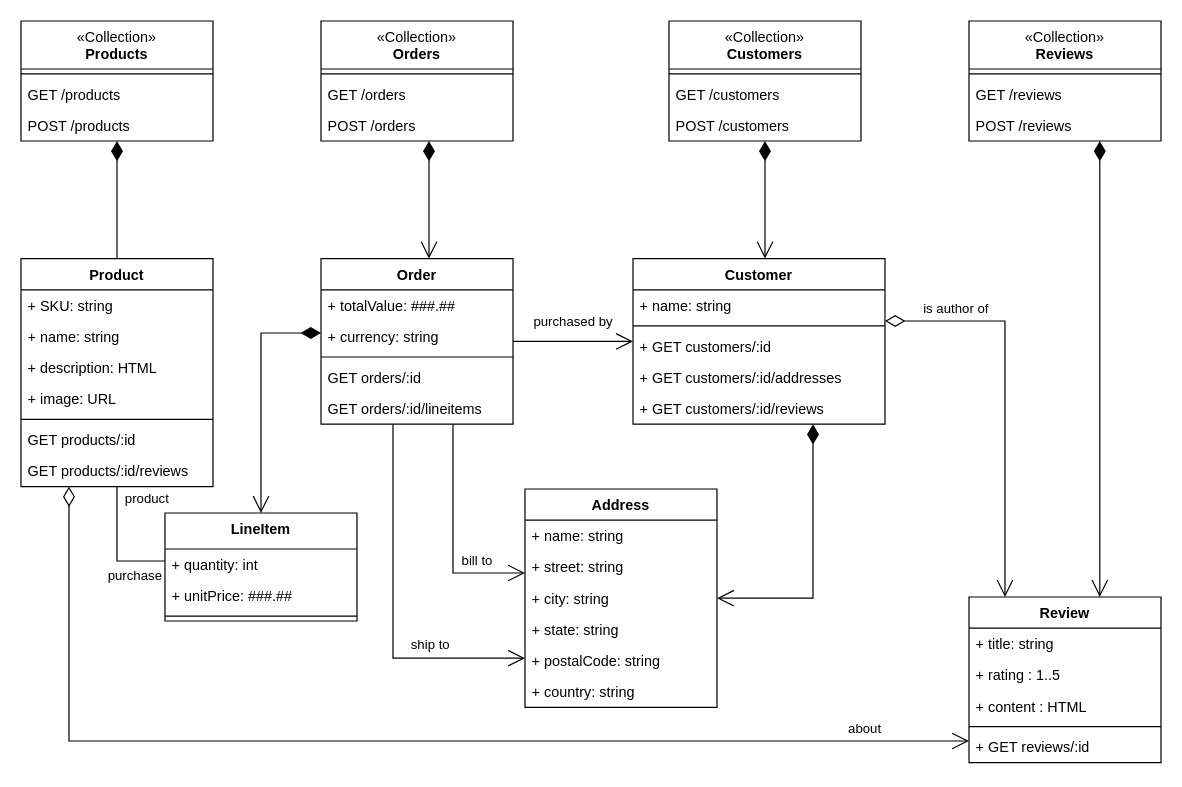
Above: Untitled Diagram.drawio in kubiak-calpoly/csc307-team-project (draw.io), before the change. Source tidied: cells renumbered, new cells numbered last; positions are measured from the earlier drawing's top-left corner, leaving out a move shared by most shapes. Both pictures are drawn from the tidied source at 120%, with x=0, y=0 at pixel (20, 20).
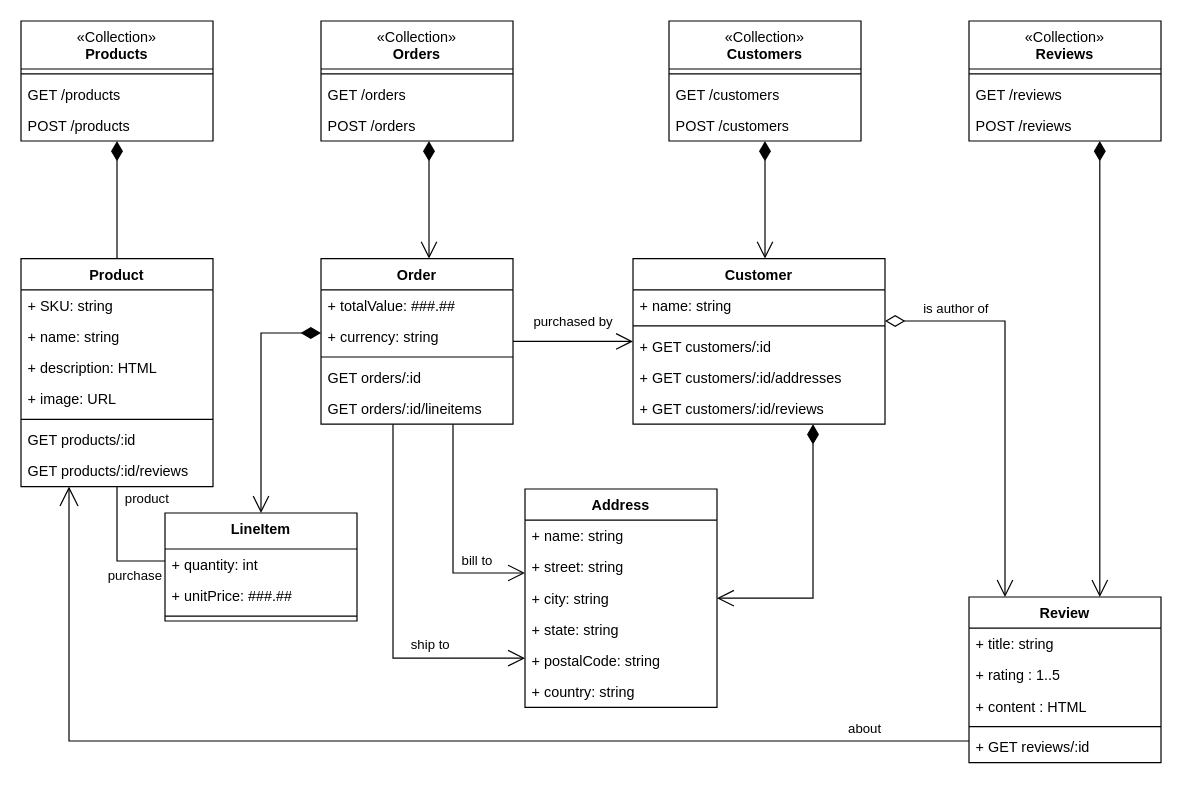
The same page after the edit.

The change refers to these unchanged cells:
```xml
<mxCell id="43" value="Product" style="swimlane;fontStyle=1;align=center;verticalAlign=top;horizontal=1;startSize=26;whiteSpace=wrap;html=1;" parent="1" vertex="1">
  <mxGeometry y="198" width="160" height="190" as="geometry" />
</mxCell>
<mxCell id="59" value="Review" style="swimlane;fontStyle=1;align=center;verticalAlign=top;horizontal=1;startSize=26;whiteSpace=wrap;html=1;" parent="1" vertex="1">
  <mxGeometry x="790" y="480" width="160" height="138" as="geometry" />
</mxCell>
```

What changed in the source:
```diff
@@
-    <mxCell id="68" value="about" style="endArrow=open;html=1;endSize=12;startArrow=diamondThin;startSize=14;startFill=0;edgeStyle=orthogonalEdgeStyle;rounded=0;" parent="1" edge="1" source="43" target="59">
+    <mxCell id="68" value="about" style="endArrow=none;html=1;endSize=12;startArrow=open;startSize=14;startFill=0;edgeStyle=orthogonalEdgeStyle;rounded=0;endFill=0;" parent="1" edge="1" source="43" target="59">
       <mxGeometry x="0.82" y="10" relative="1" as="geometry">
         <Array as="points">
           <mxPoint x="40" y="600" />
           <mxPoint x="860" y="600" />
         </Array>
       </mxGeometry>
     </mxCell>
```
